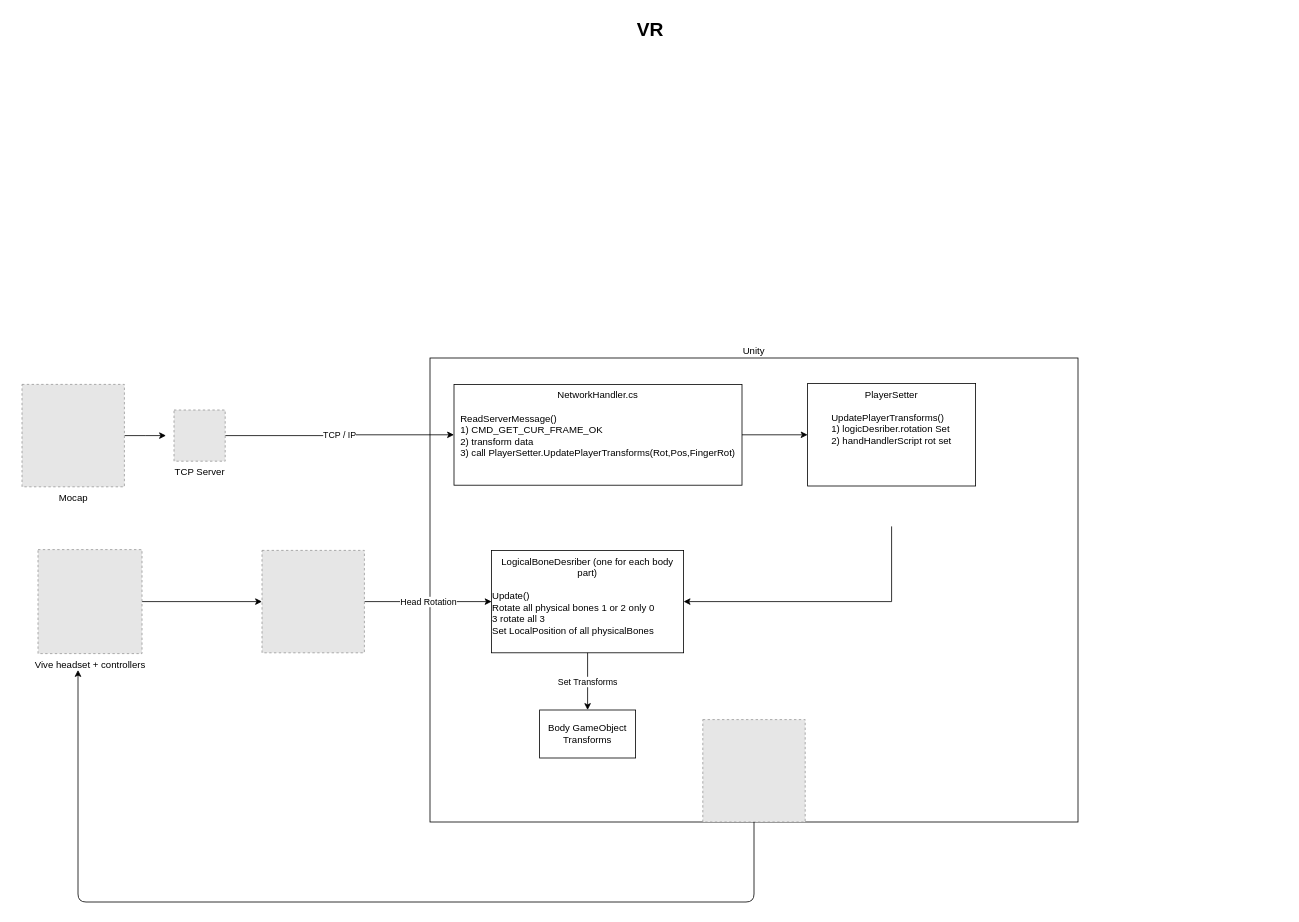
The draw.io diagram Untitled Diagram.drawio in Phonebox/datasharing, before the edit. Source tidied: cells renumbered, new cells numbered last; positions are measured from the earlier drawing's top-left corner, leaving out a move shared by most shapes. Both pictures are drawn from the tidied source at 80%, with x=0, y=0 at pixel (14, 14). Pictures stored in the file or linked from it are replaced by grey dashed boxes.
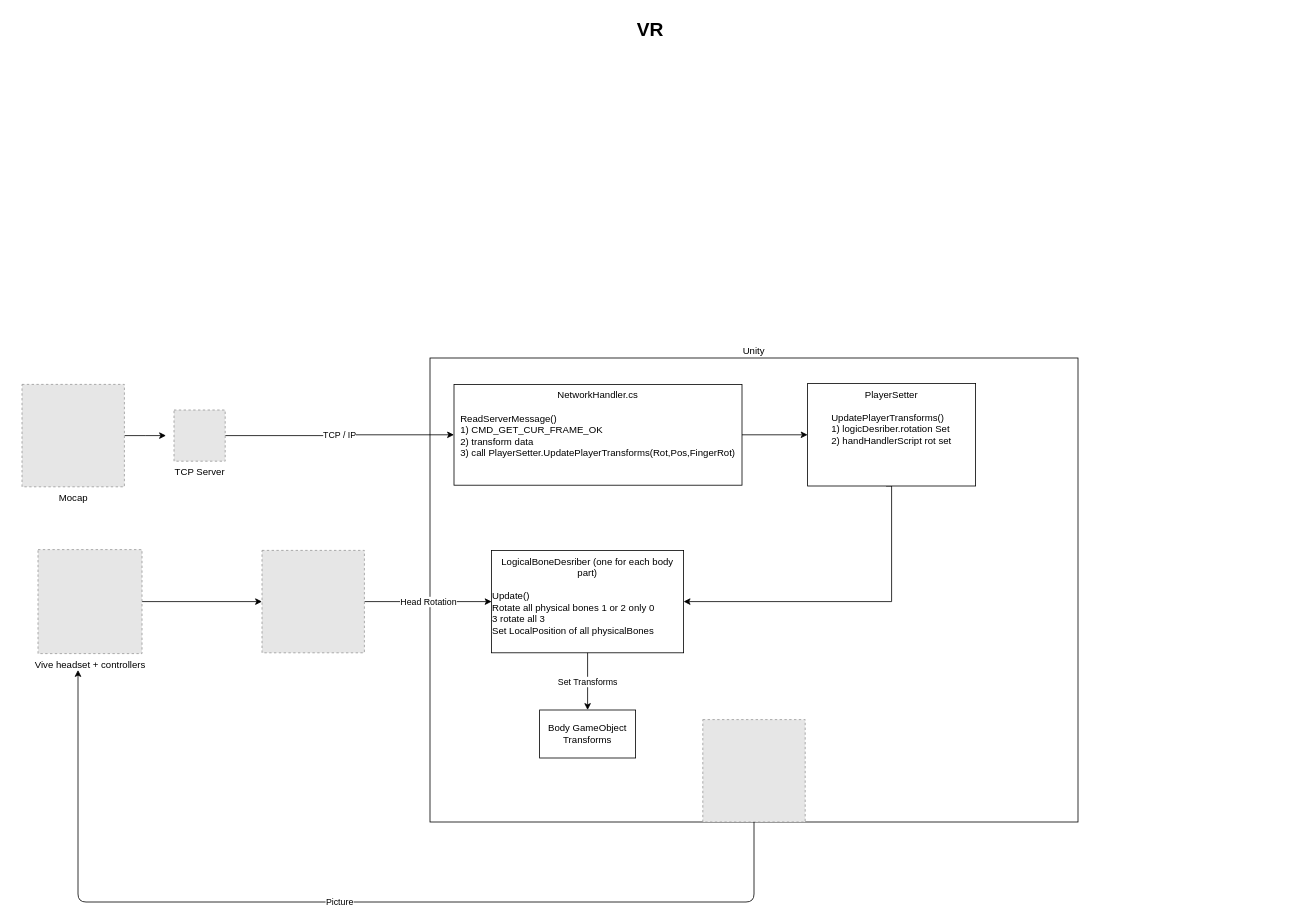
Above is the later version.

Unchanged cells that the change refers to:
```xml
<mxCell id="2" value="Unity" style="rounded=0;whiteSpace=wrap;html=1;fillColor=none;labelPosition=center;verticalLabelPosition=top;align=center;verticalAlign=bottom;" parent="1" vertex="1">
  <mxGeometry x="520" y="430" width="810" height="580" as="geometry" />
</mxCell>
<mxCell id="11" value="PlayerSetter&lt;br&gt;&lt;br&gt;&lt;div style=&quot;text-align: justify&quot;&gt;UpdatePlayerTransforms()&lt;/div&gt;&lt;div style=&quot;text-align: justify&quot;&gt;1) logicDesriber.rotation Set&lt;/div&gt;&lt;div style=&quot;text-align: justify&quot;&gt;2) handHandlerScript rot set&lt;/div&gt;" style="whiteSpace=wrap;html=1;verticalAlign=top;labelBackgroundColor=#ffffff;" parent="1" vertex="1">
  <mxGeometry x="992" y="462" width="210" height="128" as="geometry" />
</mxCell>
<mxCell id="18" value="LogicalBoneDesriber (one for each body part)&lt;br&gt;&lt;br&gt;&lt;div style=&quot;text-align: left&quot;&gt;Update()&lt;/div&gt;&lt;div style=&quot;text-align: left&quot;&gt;Rotate all physical bones 1 or 2 only 0&lt;/div&gt;&lt;div style=&quot;text-align: left&quot;&gt;3 rotate all 3&lt;/div&gt;&lt;div style=&quot;text-align: left&quot;&gt;Set LocalPosition of all physicalBones&lt;/div&gt;&lt;div style=&quot;text-align: left&quot;&gt;&lt;br&gt;&lt;/div&gt;" style="whiteSpace=wrap;html=1;verticalAlign=top;labelBackgroundColor=#ffffff;" parent="1" vertex="1">
  <mxGeometry x="597" y="670.5" width="240" height="128" as="geometry" />
</mxCell>
```

Diff of the diagram source:
```diff
@@
-    <mxCell id="10" style="edgeStyle=orthogonalEdgeStyle;rounded=0;jettySize=auto;html=1;entryX=1;entryY=0.5;entryDx=0;entryDy=0;" parent="1" edge="1" target="18">
+    <mxCell id="10" style="edgeStyle=orthogonalEdgeStyle;rounded=0;jettySize=auto;html=1;entryX=1;entryY=0.5;entryDx=0;entryDy=0;exitX=0.467;exitY=1;exitDx=0;exitDy=0;exitPerimeter=0;" parent="1" edge="1" source="11" target="18">
       <mxGeometry relative="1" as="geometry">
-        <mxPoint x="1097" y="640.5" as="sourcePoint" />
         <Array as="points">
-          <mxPoint x="1097" y="734.5" />
+          <mxPoint x="1097" y="590" />
+          <mxPoint x="1097" y="735" />
         </Array>
       </mxGeometry>
     </mxCell>
@@
-    <mxCell id="20" style="endArrow=classic;html=1;exitX=0.5;exitY=1;exitDx=0;exitDy=0;" parent="1" edge="1" source="2">
+    <mxCell id="20" value="Picture" style="endArrow=classic;html=1;exitX=0.5;exitY=1;exitDx=0;exitDy=0;" parent="1" edge="1" source="2">
       <mxGeometry relative="1" as="geometry">
         <mxPoint x="80" y="820" as="targetPoint" />
         <Array as="points">
           <mxPoint x="925" y="1110" />
           <mxPoint x="80" y="1110" />
         </Array>
       </mxGeometry>
     </mxCell>
```
